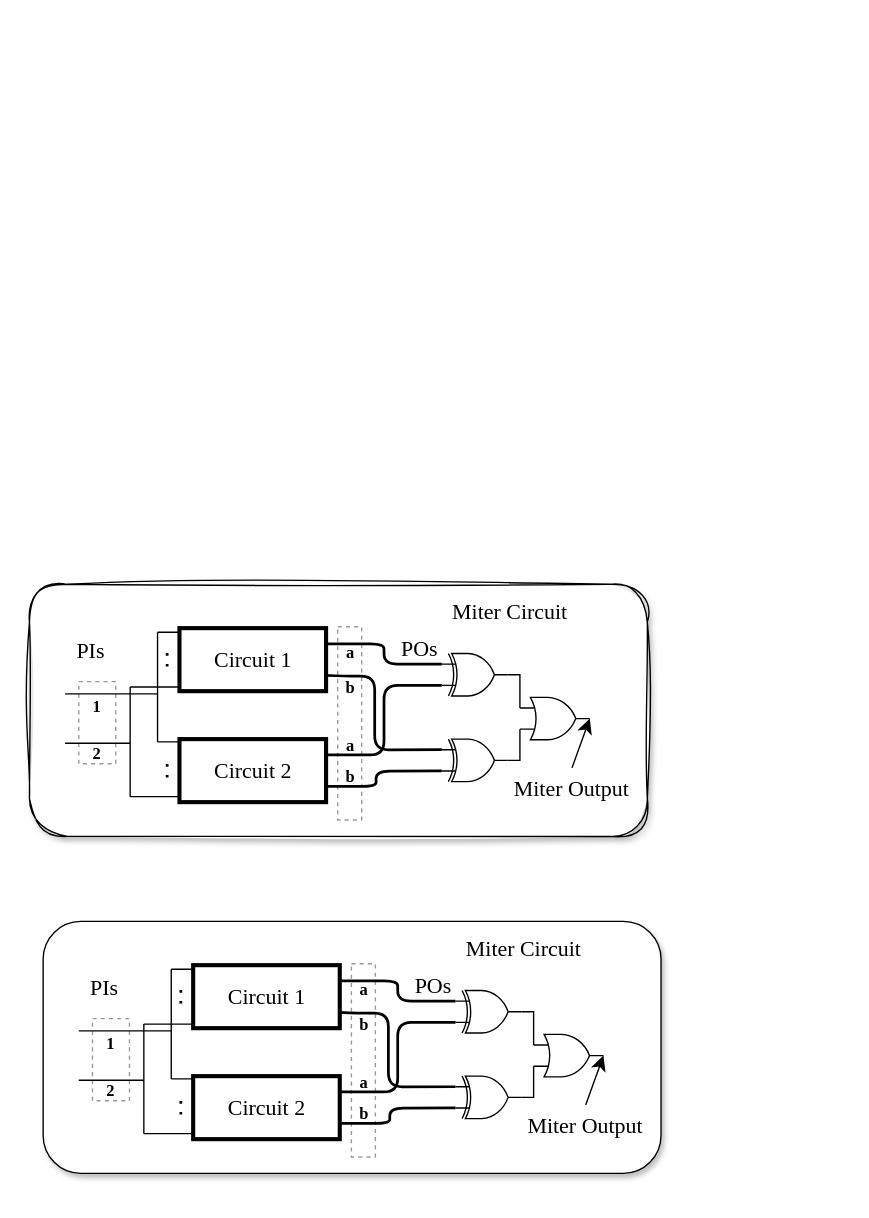
Earlier version of the draw.io diagram dp/miter-design.drawio (hyw-num/alg). Source tidied: cells renumbered, new cells numbered last; positions are measured from the earlier drawing's top-left corner, leaving out a move shared by most shapes. Both pictures are drawn from the tidied source at 137%, with x=0, y=0 at pixel (29, 584).
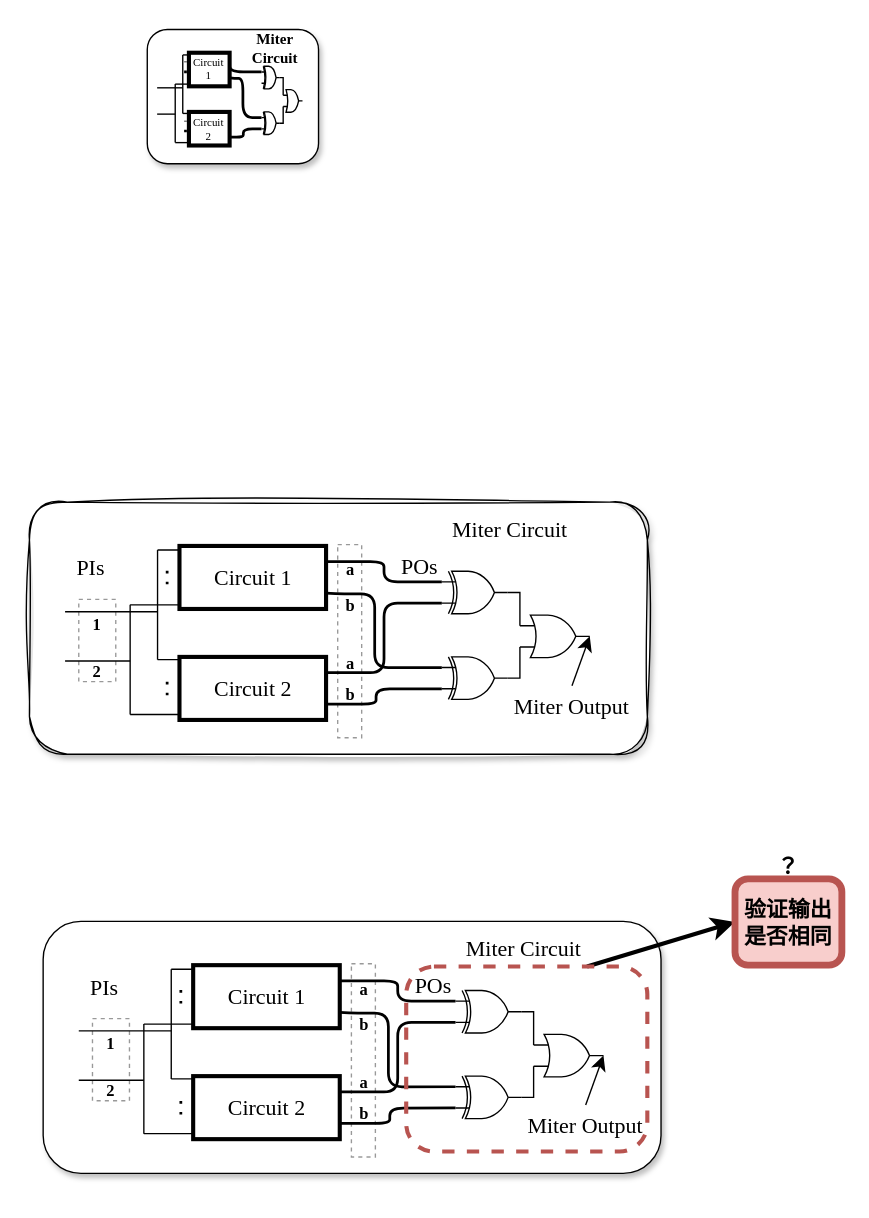
After the change.

The change refers to these unchanged cells:
```xml
<mxCell id="13" style="rounded=0;whiteSpace=wrap;html=1;strokeWidth=3;fontFamily=Times New Roman;labelBackgroundColor=none;" parent="12" vertex="1">
  <mxGeometry x="-16" width="107" height="46" as="geometry" />
</mxCell>
<mxCell id="20" style="rounded=0;whiteSpace=wrap;html=1;strokeWidth=3;fontFamily=Times New Roman;labelBackgroundColor=none;" parent="19" vertex="1">
  <mxGeometry x="-16" width="107" height="46" as="geometry" />
</mxCell>
```

Diff of the diagram source:
```diff
@@
     <mxCell id="2" style="rounded=1;whiteSpace=wrap;html=1;fontFamily=Times New Roman;shadow=1;labelBackgroundColor=none;glass=0;sketch=1;curveFitting=1;jiggle=2;" parent="1" vertex="1">
-      <mxGeometry width="451" height="184" as="geometry" />
+      <mxGeometry y="-60" width="451" height="184" as="geometry" />
     </mxCell>
     <mxCell id="3" style="rounded=0;whiteSpace=wrap;html=1;dashed=1;labelBackgroundColor=none;opacity=40;fontFamily=Times New Roman;" parent="1" vertex="1">
-      <mxGeometry x="36" y="71" width="27" height="60" as="geometry" />
+      <mxGeometry x="36" y="11" width="27" height="60" as="geometry" />
     </mxCell>
     <mxCell id="4" style="endArrow=none;html=1;rounded=0;fontSize=12;startSize=8;endSize=8;curved=1;fontFamily=Times New Roman;labelBackgroundColor=none;fontColor=default;" parent="1" edge="1">
       <mxGeometry relative="1" as="geometry">
-        <mxPoint x="93.5" y="35" as="sourcePoint" />
-        <mxPoint x="125.5" y="35" as="targetPoint" />
+        <mxPoint x="93.5" y="-25" as="sourcePoint" />
+        <mxPoint x="125.5" y="-25" as="targetPoint" />
       </mxGeometry>
     </mxCell>
     <mxCell id="5" style="endArrow=none;html=1;rounded=0;fontSize=12;startSize=8;endSize=8;curved=1;fontFamily=Times New Roman;labelBackgroundColor=none;fontColor=default;" parent="1" edge="1">
       <mxGeometry relative="1" as="geometry">
-        <mxPoint x="93.5" y="115" as="sourcePoint" />
-        <mxPoint x="125.5" y="115" as="targetPoint" />
+        <mxPoint x="93.5" y="55" as="sourcePoint" />
+        <mxPoint x="125.5" y="55" as="targetPoint" />
       </mxGeometry>
     </mxCell>
     <mxCell id="6" style="endArrow=none;html=1;rounded=0;fontSize=12;startSize=8;endSize=8;curved=1;fontFamily=Times New Roman;labelBackgroundColor=none;fontColor=default;" parent="1" edge="1">
       <mxGeometry relative="1" as="geometry">
-        <mxPoint x="93.5" y="115" as="sourcePoint" />
-        <mxPoint x="93.5" y="35" as="targetPoint" />
+        <mxPoint x="93.5" y="55" as="sourcePoint" />
+        <mxPoint x="93.5" y="-25" as="targetPoint" />
       </mxGeometry>
     </mxCell>
     <mxCell id="7" style="endArrow=none;html=1;rounded=0;fontSize=12;startSize=8;endSize=8;curved=1;fontFamily=Times New Roman;labelBackgroundColor=none;fontColor=default;" parent="1" edge="1">
       <mxGeometry relative="1" as="geometry">
-        <mxPoint x="73.5" y="155" as="sourcePoint" />
-        <mxPoint x="125.5" y="155" as="targetPoint" />
+        <mxPoint x="73.5" y="95" as="sourcePoint" />
+        <mxPoint x="125.5" y="95" as="targetPoint" />
       </mxGeometry>
     </mxCell>
     <mxCell id="8" style="endArrow=none;html=1;rounded=0;fontSize=12;startSize=8;endSize=8;curved=1;fontFamily=Times New Roman;labelBackgroundColor=none;fontColor=default;" parent="1" edge="1">
       <mxGeometry relative="1" as="geometry">
-        <mxPoint x="73.5" y="75" as="sourcePoint" />
-        <mxPoint x="125.5" y="75" as="targetPoint" />
+        <mxPoint x="73.5" y="15" as="sourcePoint" />
+        <mxPoint x="125.5" y="15" as="targetPoint" />
       </mxGeometry>
     </mxCell>
     <mxCell id="9" style="endArrow=none;html=1;rounded=0;fontSize=12;startSize=8;endSize=8;curved=1;labelBackgroundColor=none;fontFamily=Times New Roman;fontColor=default;" parent="1" edge="1">
       <mxGeometry relative="1" as="geometry">
-        <mxPoint x="73.5" y="155" as="sourcePoint" />
-        <mxPoint x="73.5" y="75" as="targetPoint" />
+        <mxPoint x="73.5" y="95" as="sourcePoint" />
+        <mxPoint x="73.5" y="15" as="targetPoint" />
       </mxGeometry>
     </mxCell>
     <mxCell id="10" style="endArrow=none;html=1;rounded=0;fontSize=12;startSize=8;endSize=8;curved=1;labelBackgroundColor=none;fontFamily=Times New Roman;fontColor=default;" parent="1" edge="1">
       <mxGeometry relative="1" as="geometry">
-        <mxPoint x="26" y="116" as="sourcePoint" />
-        <mxPoint x="73.5" y="116" as="targetPoint" />
+        <mxPoint x="26" y="56" as="sourcePoint" />
+        <mxPoint x="73.5" y="56" as="targetPoint" />
       </mxGeometry>
     </mxCell>
     <mxCell id="11" style="endArrow=none;html=1;rounded=0;fontSize=12;startSize=8;endSize=8;curved=1;fontFamily=Times New Roman;labelBackgroundColor=none;fontColor=default;" parent="1" edge="1">
       <mxGeometry relative="1" as="geometry">
-        <mxPoint x="26" y="80" as="sourcePoint" />
-        <mxPoint x="93.5" y="80" as="targetPoint" />
+        <mxPoint x="26" y="20" as="sourcePoint" />
+        <mxPoint x="93.5" y="20" as="targetPoint" />
       </mxGeometry>
     </mxCell>
     <mxCell id="12" style="group;fillColor=none;fontFamily=Times New Roman;labelBackgroundColor=none;" parent="1" vertex="1">
-      <mxGeometry x="125.5" y="113" width="170" height="86" as="geometry" />
+      <mxGeometry x="125.5" y="53" width="170" height="86" as="geometry" />
     </mxCell>
@@
     <mxCell id="19" style="group;fillColor=none;strokeWidth=1;fontFamily=Times New Roman;labelBackgroundColor=none;" parent="1" vertex="1">
-      <mxGeometry x="125.5" y="32" width="199" height="52.5" as="geometry" />
+      <mxGeometry x="125.5" y="-28" width="199" height="52.5" as="geometry" />
     </mxCell>
@@
     <mxCell id="29" style="verticalLabelPosition=bottom;shadow=0;dashed=0;align=center;html=1;verticalAlign=top;shape=mxgraph.electrical.logic_gates.logic_gate;operation=xor;fontFamily=Times New Roman;labelBackgroundColor=none;" parent="1" vertex="1">
-      <mxGeometry x="301" y="50.5" width="48" height="31" as="geometry" />
+      <mxGeometry x="301" y="-9.5" width="48" height="31" as="geometry" />
     </mxCell>
     <mxCell id="30" style="edgeStyle=orthogonalEdgeStyle;rounded=1;jettySize=auto;html=1;exitX=0;exitY=0.25;exitDx=0;exitDy=0;exitPerimeter=0;entryX=1;entryY=0.75;entryDx=0;entryDy=0;fontSize=12;startSize=8;endSize=8;endArrow=none;endFill=0;curved=0;strokeWidth=2;fontFamily=Times New Roman;labelBackgroundColor=none;fontColor=default;" parent="1" edge="1" source="33" target="20">
       <mxGeometry relative="1" as="geometry">
         <Array as="points">
-          <mxPoint x="252" y="121" />
-          <mxPoint x="252" y="67" />
-          <mxPoint x="230" y="67" />
+          <mxPoint x="252" y="61" />
+          <mxPoint x="252" y="7" />
+          <mxPoint x="230" y="7" />
         </Array>
       </mxGeometry>
     </mxCell>
     <mxCell id="31" style="edgeStyle=orthogonalEdgeStyle;rounded=1;jettySize=auto;html=1;exitX=0;exitY=0.75;exitDx=0;exitDy=0;exitPerimeter=0;entryX=1;entryY=0.75;entryDx=0;entryDy=0;fontSize=12;startSize=8;endSize=8;endArrow=none;endFill=0;curved=0;strokeWidth=2;fontFamily=Times New Roman;labelBackgroundColor=none;fontColor=default;" parent="1" edge="1" source="33" target="13">
       <mxGeometry relative="1" as="geometry">
         <Array as="points">
-          <mxPoint x="253" y="136" />
-          <mxPoint x="253" y="148" />
+          <mxPoint x="253" y="76" />
+          <mxPoint x="253" y="88" />
         </Array>
       </mxGeometry>
     </mxCell>
@@
     <mxCell id="33" style="verticalLabelPosition=bottom;shadow=0;dashed=0;align=center;html=1;verticalAlign=top;shape=mxgraph.electrical.logic_gates.logic_gate;operation=xor;fontFamily=Times New Roman;labelBackgroundColor=none;" parent="1" vertex="1">
-      <mxGeometry x="301" y="113" width="48" height="31" as="geometry" />
+      <mxGeometry x="301" y="53" width="48" height="31" as="geometry" />
     </mxCell>
     <mxCell id="34" value="&lt;font&gt;PIs&lt;/font&gt;" style="text;html=1;align=center;verticalAlign=middle;whiteSpace=wrap;rounded=0;fontSize=16;fontFamily=Times New Roman;labelBackgroundColor=none;" parent="1" vertex="1">
-      <mxGeometry x="15" y="33" width="60" height="30" as="geometry" />
+      <mxGeometry x="15" y="-27" width="60" height="30" as="geometry" />
     </mxCell>
     <mxCell id="35" style="verticalLabelPosition=bottom;shadow=0;dashed=0;align=center;html=1;verticalAlign=top;shape=mxgraph.electrical.logic_gates.logic_gate;operation=or;fontFamily=Times New Roman;labelBackgroundColor=none;" parent="1" vertex="1">
-      <mxGeometry x="358" y="82.5" width="51" height="31" as="geometry" />
+      <mxGeometry x="358" y="22.5" width="51" height="31" as="geometry" />
     </mxCell>
     <mxCell id="36" value="&lt;b style=&quot;font-size: 12px;&quot;&gt;1&lt;/b&gt;" style="text;html=1;align=center;verticalAlign=middle;whiteSpace=wrap;rounded=0;fontSize=16;fontFamily=Times New Roman;labelBackgroundColor=none;" parent="1" vertex="1">
-      <mxGeometry x="22.2" y="75" width="54.5" height="25" as="geometry" />
+      <mxGeometry x="22.2" y="15" width="54.5" height="25" as="geometry" />
     </mxCell>
     <mxCell id="37" value="&lt;b style=&quot;font-size: 12px;&quot;&gt;2&lt;/b&gt;" style="text;html=1;align=center;verticalAlign=middle;whiteSpace=wrap;rounded=0;fontSize=16;fontFamily=Times New Roman;labelBackgroundColor=none;" parent="1" vertex="1">
-      <mxGeometry x="22.2" y="109" width="54.5" height="25" as="geometry" />
+      <mxGeometry x="22.2" y="49" width="54.5" height="25" as="geometry" />
     </mxCell>
     <mxCell id="38" value="&lt;font face=&quot;Times New Roman&quot;&gt;Miter Circuit&lt;/font&gt;" style="text;html=1;align=center;verticalAlign=middle;whiteSpace=wrap;rounded=0;fontSize=16;labelBackgroundColor=none;" parent="1" vertex="1">
-      <mxGeometry x="295.5" y="5" width="110" height="30" as="geometry" />
+      <mxGeometry x="295.5" y="-55" width="110" height="30" as="geometry" />
     </mxCell>
     <mxCell id="39" value="&lt;font face=&quot;Times New Roman&quot;&gt;Miter Output&lt;/font&gt;" style="text;html=1;align=center;verticalAlign=middle;whiteSpace=wrap;rounded=0;fontSize=16;labelBackgroundColor=none;" parent="1" vertex="1">
-      <mxGeometry x="341" y="134" width="110" height="30" as="geometry" />
+      <mxGeometry x="341" y="74" width="110" height="30" as="geometry" />
     </mxCell>
@@
+    <mxCell id="80" style="edgeStyle=none;curved=1;rounded=0;jettySize=auto;html=1;exitX=0.75;exitY=0;exitDx=0;exitDy=0;entryX=0;entryY=0.5;entryDx=0;entryDy=0;fontSize=12;startSize=8;endSize=8;strokeWidth=3;" parent="1" edge="1" source="81" target="82">
+      <mxGeometry relative="1" as="geometry" />
+    </mxCell>
+    <mxCell id="81" style="rounded=1;whiteSpace=wrap;html=1;fillColor=none;strokeColor=#b85450;strokeWidth=3;dashed=1;" parent="1" vertex="1">
+      <mxGeometry x="275" y="279" width="176" height="135" as="geometry" />
+    </mxCell>
+    <mxCell id="82" value="&lt;div&gt;&lt;b style=&quot;font-family: 宋体; background-color: initial;&quot;&gt;验证输出是否相同&lt;/b&gt;&lt;/div&gt;" style="text;html=1;align=center;verticalAlign=middle;whiteSpace=wrap;rounded=1;fontSize=16;fillColor=#f8cecc;strokeColor=#b85450;strokeWidth=5;" parent="1" vertex="1">
+      <mxGeometry x="515" y="215" width="78" height="63" as="geometry" />
+    </mxCell>
+    <mxCell id="83" value="&lt;font face=&quot;Times New Roman&quot;&gt;&lt;b&gt;？&lt;/b&gt;&lt;/font&gt;" style="text;html=1;align=center;verticalAlign=middle;whiteSpace=wrap;rounded=0;fontSize=16;" parent="1" vertex="1">
+      <mxGeometry x="524" y="191" width="60" height="30" as="geometry" />
+    </mxCell>
+    <mxCell id="84" style="group;fontSize=8;" parent="1" vertex="1">
+      <mxGeometry x="86" y="-405" width="125" height="106" as="geometry" />
+    </mxCell>
+    <mxCell id="85" style="rounded=1;whiteSpace=wrap;html=1;fontFamily=Times New Roman;shadow=1;labelBackgroundColor=none;glass=0;fontSize=8;" parent="84" vertex="1">
+      <mxGeometry width="125" height="98" as="geometry" />
+    </mxCell>
+    <mxCell id="86" style="endArrow=none;html=1;rounded=0;fontSize=8;startSize=8;endSize=8;curved=1;fontFamily=Times New Roman;labelBackgroundColor=none;fontColor=default;" parent="84" edge="1">
+      <mxGeometry relative="1" as="geometry">
+        <mxPoint x="25.9" y="18.6" as="sourcePoint" />
+        <mxPoint x="34.8" y="18.6" as="targetPoint" />
+      </mxGeometry>
+    </mxCell>
+    <mxCell id="87" style="endArrow=none;html=1;rounded=0;fontSize=8;startSize=8;endSize=8;curved=1;fontFamily=Times New Roman;labelBackgroundColor=none;fontColor=default;" parent="84" edge="1">
+      <mxGeometry relative="1" as="geometry">
+        <mxPoint x="25.9" y="61.3" as="sourcePoint" />
+        <mxPoint x="34.8" y="61.3" as="targetPoint" />
+      </mxGeometry>
+    </mxCell>
+    <mxCell id="88" style="endArrow=none;html=1;rounded=0;fontSize=8;startSize=8;endSize=8;curved=1;fontFamily=Times New Roman;labelBackgroundColor=none;fontColor=default;" parent="84" edge="1">
+      <mxGeometry relative="1" as="geometry">
+        <mxPoint x="25.9" y="61.3" as="sourcePoint" />
+        <mxPoint x="25.9" y="18.6" as="targetPoint" />
+      </mxGeometry>
+    </mxCell>
+    <mxCell id="89" style="endArrow=none;html=1;rounded=0;fontSize=8;startSize=8;endSize=8;curved=1;fontFamily=Times New Roman;labelBackgroundColor=none;fontColor=default;" parent="84" edge="1">
+      <mxGeometry relative="1" as="geometry">
+        <mxPoint x="20.4" y="82.6" as="sourcePoint" />
+        <mxPoint x="34.8" y="82.6" as="targetPoint" />
+      </mxGeometry>
+    </mxCell>
+    <mxCell id="90" style="endArrow=none;html=1;rounded=0;fontSize=8;startSize=8;endSize=8;curved=1;fontFamily=Times New Roman;labelBackgroundColor=none;fontColor=default;" parent="84" edge="1">
+      <mxGeometry relative="1" as="geometry">
+        <mxPoint x="20.4" y="39.9" as="sourcePoint" />
+        <mxPoint x="34.8" y="39.9" as="targetPoint" />
+      </mxGeometry>
+    </mxCell>
+    <mxCell id="91" style="endArrow=none;html=1;rounded=0;fontSize=8;startSize=8;endSize=8;curved=1;labelBackgroundColor=none;fontFamily=Times New Roman;fontColor=default;" parent="84" edge="1">
+      <mxGeometry relative="1" as="geometry">
+        <mxPoint x="20.4" y="82.6" as="sourcePoint" />
+        <mxPoint x="20.4" y="39.9" as="targetPoint" />
+      </mxGeometry>
+    </mxCell>
+    <mxCell id="92" style="endArrow=none;html=1;rounded=0;fontSize=8;startSize=8;endSize=8;curved=1;labelBackgroundColor=none;fontFamily=Times New Roman;fontColor=default;" parent="84" edge="1">
+      <mxGeometry relative="1" as="geometry">
+        <mxPoint x="7.2" y="61.8" as="sourcePoint" />
+        <mxPoint x="20.4" y="61.8" as="targetPoint" />
+      </mxGeometry>
+    </mxCell>
+    <mxCell id="93" style="endArrow=none;html=1;rounded=0;fontSize=8;startSize=8;endSize=8;curved=1;fontFamily=Times New Roman;labelBackgroundColor=none;fontColor=default;" parent="84" edge="1">
+      <mxGeometry relative="1" as="geometry">
+        <mxPoint x="7.2" y="42.6" as="sourcePoint" />
+        <mxPoint x="25.9" y="42.6" as="targetPoint" />
+      </mxGeometry>
+    </mxCell>
+    <mxCell id="94" style="group;fillColor=none;fontFamily=Times New Roman;labelBackgroundColor=none;fontSize=8;" parent="84" vertex="1">
+      <mxGeometry x="34.8" y="60.2" width="47.1" height="45.8" as="geometry" />
+    </mxCell>
+    <mxCell id="95" style="rounded=0;whiteSpace=wrap;html=1;strokeWidth=3;fontFamily=Times New Roman;labelBackgroundColor=none;fontSize=8;" parent="94" vertex="1">
+      <mxGeometry x="-4.4" width="29.7" height="24.5" as="geometry" />
+    </mxCell>
+    <mxCell id="96" style="endArrow=none;dashed=1;html=1;dashPattern=1 3;strokeWidth=2;rounded=0;fontSize=8;startSize=8;endSize=8;curved=1;fontFamily=Times New Roman;labelBackgroundColor=none;fontColor=default;" parent="94" edge="1">
+      <mxGeometry relative="1" as="geometry">
+        <mxPoint x="-6.9" y="14.9" as="sourcePoint" />
+        <mxPoint x="-6.9" y="6.4" as="targetPoint" />
+      </mxGeometry>
+    </mxCell>
+    <mxCell id="97" value="&lt;font&gt;Circuit 2&lt;/font&gt;" style="text;html=1;align=center;verticalAlign=middle;whiteSpace=wrap;rounded=0;fontSize=8;fontFamily=Times New Roman;labelBackgroundColor=none;" parent="94" vertex="1">
+      <mxGeometry x="1.4" y="4.3" width="18" height="16" as="geometry" />
+    </mxCell>
+    <mxCell id="98" style="group;fillColor=none;strokeWidth=1;fontFamily=Times New Roman;labelBackgroundColor=none;fontSize=8;" parent="84" vertex="1">
+      <mxGeometry x="34.8" y="17" width="55.2" height="28" as="geometry" />
+    </mxCell>
+    <mxCell id="99" style="rounded=0;whiteSpace=wrap;html=1;strokeWidth=3;fontFamily=Times New Roman;labelBackgroundColor=none;fontSize=8;" parent="98" vertex="1">
+      <mxGeometry x="-4.4" width="29.7" height="24.5" as="geometry" />
+    </mxCell>
+    <mxCell id="100" style="endArrow=none;dashed=1;html=1;dashPattern=1 3;strokeWidth=2;rounded=0;fontSize=8;startSize=8;endSize=8;curved=1;fontFamily=Times New Roman;labelBackgroundColor=none;fontColor=default;" parent="98" edge="1">
+      <mxGeometry relative="1" as="geometry">
+        <mxPoint x="-6.9" y="14.9" as="sourcePoint" />
+        <mxPoint x="-6.9" y="6.4" as="targetPoint" />
+      </mxGeometry>
+    </mxCell>
+    <mxCell id="101" value="&lt;font&gt;Circuit 1&lt;/font&gt;" style="text;html=1;align=center;verticalAlign=middle;whiteSpace=wrap;rounded=0;fontSize=8;fontFamily=Times New Roman;labelBackgroundColor=none;" parent="98" vertex="1">
+      <mxGeometry x="1.4" y="4.3" width="18" height="16" as="geometry" />
+    </mxCell>
+    <mxCell id="102" style="edgeStyle=orthogonalEdgeStyle;rounded=1;jettySize=auto;html=1;exitX=0;exitY=0.25;exitDx=0;exitDy=0;exitPerimeter=0;entryX=1;entryY=0.25;entryDx=0;entryDy=0;fontSize=8;startSize=8;endSize=8;endArrow=none;endFill=0;curved=0;strokeWidth=2;fontFamily=Times New Roman;labelBackgroundColor=none;fontColor=default;" parent="84" edge="1" source="104" target="99">
+      <mxGeometry relative="1" as="geometry" />
+    </mxCell>
+    <mxCell id="103" style="edgeStyle=orthogonalEdgeStyle;rounded=0;jettySize=auto;html=1;exitX=1;exitY=0.5;exitDx=0;exitDy=0;exitPerimeter=0;fontSize=8;startSize=8;endSize=8;endArrow=none;endFill=0;entryX=0;entryY=0.25;entryDx=0;entryDy=0;entryPerimeter=0;fontFamily=Times New Roman;labelBackgroundColor=none;fontColor=default;" parent="84" edge="1" source="104" target="109">
+      <mxGeometry relative="1" as="geometry" />
+    </mxCell>
+    <mxCell id="104" style="verticalLabelPosition=bottom;shadow=0;dashed=0;align=center;html=1;verticalAlign=top;shape=mxgraph.electrical.logic_gates.logic_gate;operation=xor;fontFamily=Times New Roman;labelBackgroundColor=none;fontSize=8;" parent="84" vertex="1">
+      <mxGeometry x="83.4" y="26.9" width="13.3" height="16.5" as="geometry" />
+    </mxCell>
+    <mxCell id="105" style="edgeStyle=orthogonalEdgeStyle;rounded=1;jettySize=auto;html=1;exitX=0;exitY=0.25;exitDx=0;exitDy=0;exitPerimeter=0;entryX=1;entryY=0.75;entryDx=0;entryDy=0;fontSize=8;startSize=8;endSize=8;endArrow=none;endFill=0;curved=0;strokeWidth=2;fontFamily=Times New Roman;labelBackgroundColor=none;fontColor=default;" parent="84" edge="1" source="108" target="99">
+      <mxGeometry relative="1" as="geometry">
+        <Array as="points">
+          <mxPoint x="69.8" y="64.5" />
+          <mxPoint x="69.8" y="35.7" />
+          <mxPoint x="63.7" y="35.7" />
+        </Array>
+      </mxGeometry>
+    </mxCell>
+    <mxCell id="106" style="edgeStyle=orthogonalEdgeStyle;rounded=1;jettySize=auto;html=1;exitX=0;exitY=0.75;exitDx=0;exitDy=0;exitPerimeter=0;entryX=1;entryY=0.75;entryDx=0;entryDy=0;fontSize=8;startSize=8;endSize=8;endArrow=none;endFill=0;curved=0;strokeWidth=2;fontFamily=Times New Roman;labelBackgroundColor=none;fontColor=default;" parent="84" edge="1" source="108" target="95">
+      <mxGeometry relative="1" as="geometry">
+        <Array as="points">
+          <mxPoint x="70.1" y="72.4" />
+          <mxPoint x="70.1" y="78.8" />
+        </Array>
+      </mxGeometry>
+    </mxCell>
+    <mxCell id="107" style="edgeStyle=orthogonalEdgeStyle;rounded=0;jettySize=auto;html=1;exitX=1;exitY=0.5;exitDx=0;exitDy=0;exitPerimeter=0;fontSize=8;startSize=8;endSize=8;endArrow=none;endFill=0;entryX=0;entryY=0.75;entryDx=0;entryDy=0;entryPerimeter=0;fontFamily=Times New Roman;labelBackgroundColor=none;fontColor=default;" parent="84" edge="1" source="108" target="109">
+      <mxGeometry relative="1" as="geometry" />
+    </mxCell>
+    <mxCell id="108" style="verticalLabelPosition=bottom;shadow=0;dashed=0;align=center;html=1;verticalAlign=top;shape=mxgraph.electrical.logic_gates.logic_gate;operation=xor;fontFamily=Times New Roman;labelBackgroundColor=none;fontSize=8;" parent="84" vertex="1">
+      <mxGeometry x="83.4" y="60.2" width="13.3" height="16.5" as="geometry" />
+    </mxCell>
+    <mxCell id="109" style="verticalLabelPosition=bottom;shadow=0;dashed=0;align=center;html=1;verticalAlign=top;shape=mxgraph.electrical.logic_gates.logic_gate;operation=or;fontFamily=Times New Roman;labelBackgroundColor=none;fontSize=8;" parent="84" vertex="1">
+      <mxGeometry x="99.2" y="43.9" width="14.1" height="16.5" as="geometry" />
+    </mxCell>
+    <mxCell id="110" value="&lt;font style=&quot;font-size: 11px;&quot; face=&quot;Times New Roman&quot;&gt;&lt;b style=&quot;&quot;&gt;Miter Circuit&lt;/b&gt;&lt;/font&gt;" style="text;html=1;align=center;verticalAlign=middle;whiteSpace=wrap;rounded=0;fontSize=8;labelBackgroundColor=none;" parent="84" vertex="1">
+      <mxGeometry x="78" y="6" width="30.5" height="16" as="geometry" />
+    </mxCell>
```
